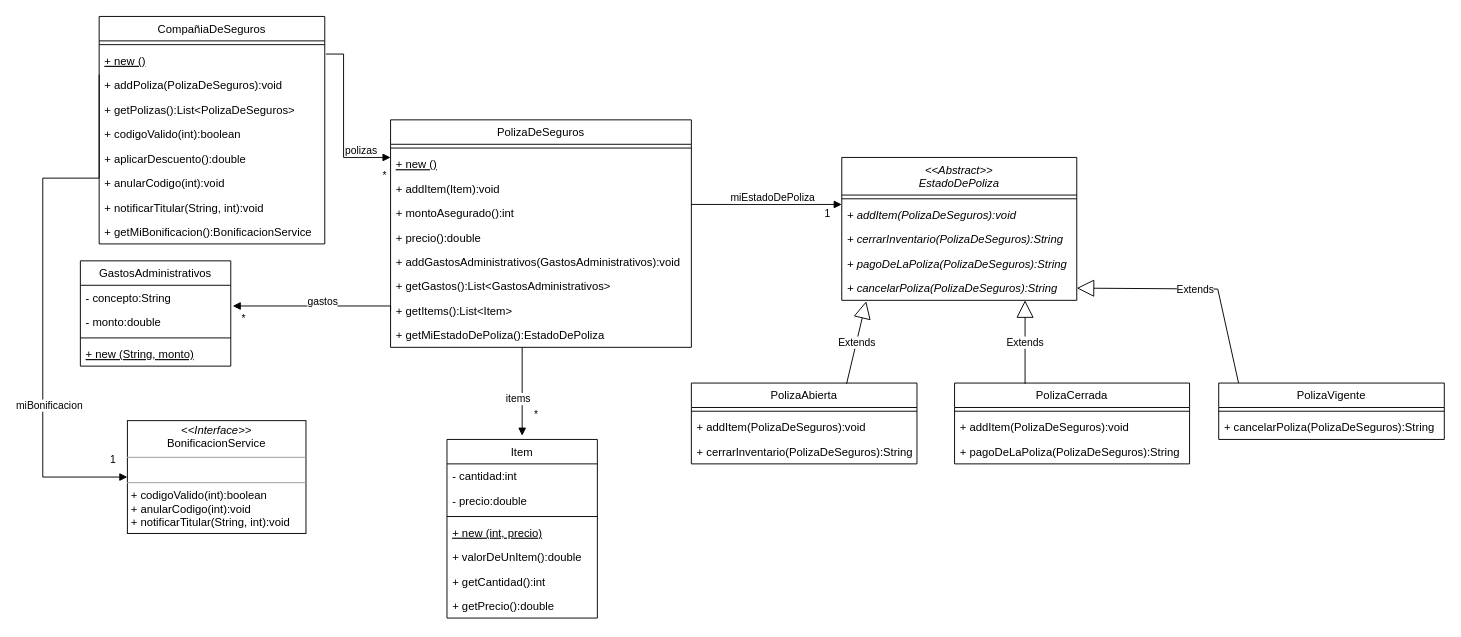
Above: unq-po2-1erParcial-2022-CompañiaDeSeguros.drawio in nhubczyk/Diagramas-UML (draw.io), before the change. Source tidied: cells renumbered, new cells numbered last; positions are measured from the earlier drawing's top-left corner, leaving out a move shared by most shapes. Both pictures are drawn from the tidied source at 94%, with x=0, y=0 at pixel (42, 16).
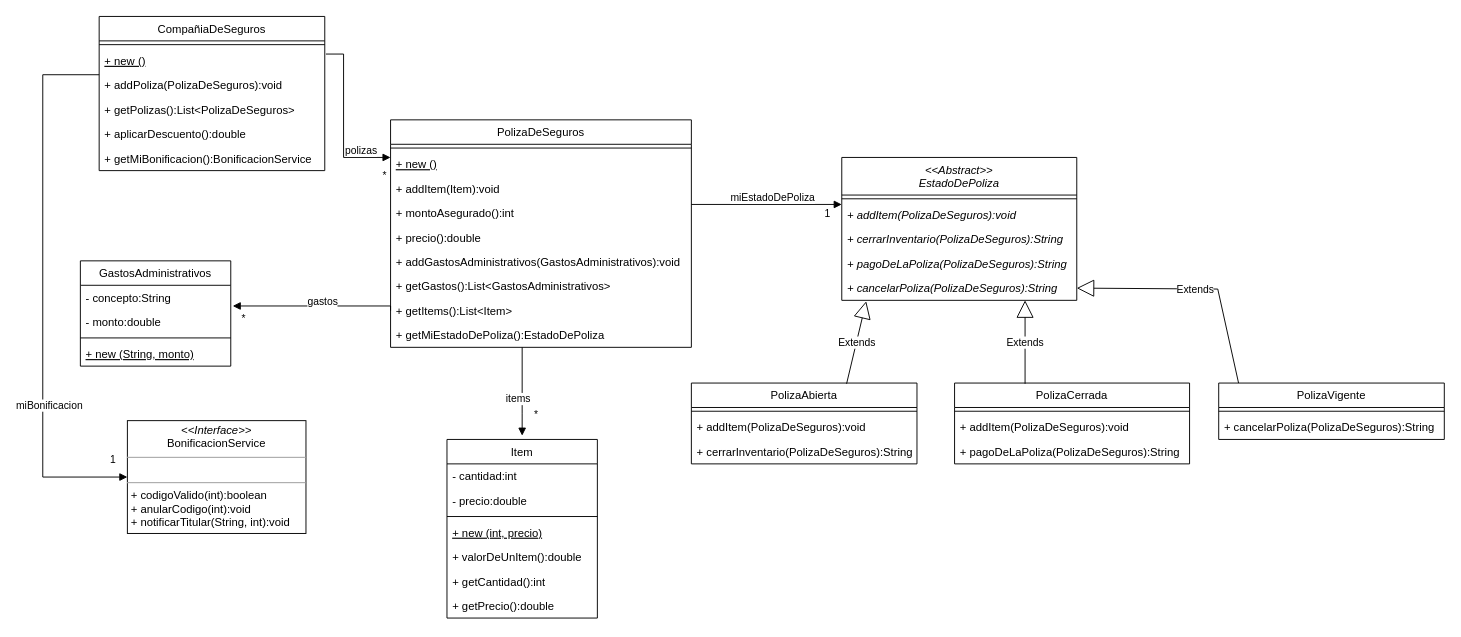
After the change.

Unchanged cells that the change refers to:
```xml
<mxCell id="23" value="+ addPoliza(PolizaDeSeguros):void" style="text;strokeColor=none;fillColor=none;align=left;verticalAlign=top;spacingLeft=4;spacingRight=4;overflow=hidden;points=[[0,0.5],[1,0.5]];portConstraint=eastwest;fontStyle=0;" parent="20" vertex="1">
  <mxGeometry y="60" width="240" height="26" as="geometry" />
</mxCell>
<mxCell id="63" value="&lt;p style=&quot;margin:0px;margin-top:4px;text-align:center;&quot;&gt;&lt;i&gt;&amp;lt;&amp;lt;Interface&amp;gt;&amp;gt;&lt;/i&gt;&lt;br&gt;BonificacionService&lt;/p&gt;&lt;hr size=&quot;1&quot;&gt;&lt;p style=&quot;margin:0px;margin-left:4px;&quot;&gt;&lt;br&gt;&lt;/p&gt;&lt;hr size=&quot;1&quot;&gt;&lt;p style=&quot;margin:0px;margin-left:4px;&quot;&gt;+ codigoValido(int):boolean&lt;/p&gt;&lt;p style=&quot;margin:0px;margin-left:4px;&quot;&gt;+ anularCodigo(int):void&lt;/p&gt;&lt;p style=&quot;margin:0px;margin-left:4px;&quot;&gt;+ notificarTitular(String, int):void&lt;/p&gt;" style="verticalAlign=top;align=left;overflow=fill;fontSize=12;fontFamily=Helvetica;html=1;" parent="1" vertex="1">
  <mxGeometry x="90" y="430" width="190" height="120" as="geometry" />
</mxCell>
```

What changed in the source:
```diff
@@
     <mxCell id="20" value="CompañiaDeSeguros" style="swimlane;fontStyle=0;align=center;verticalAlign=top;horizontal=1;startSize=26;" parent="1" vertex="1">
-      <mxGeometry x="60" width="240" height="242" as="geometry" />
+      <mxGeometry x="60" width="240" height="164" as="geometry" />
     </mxCell>
@@
-    <mxCell id="25" value="+ codigoValido(int):boolean" style="text;strokeColor=none;fillColor=none;align=left;verticalAlign=top;spacingLeft=4;spacingRight=4;overflow=hidden;fontStyle=0;" parent="20" vertex="1">
-      <mxGeometry y="112" width="240" height="26" as="geometry" />
-    </mxCell>
     <mxCell id="26" value="+ aplicarDescuento():double" style="text;strokeColor=none;fillColor=none;align=left;verticalAlign=top;spacingLeft=4;spacingRight=4;overflow=hidden;fontStyle=0;" parent="20" vertex="1">
-      <mxGeometry y="138" width="240" height="26" as="geometry" />
+      <mxGeometry y="112" width="240" height="26" as="geometry" />
     </mxCell>
-    <mxCell id="27" value="+ anularCodigo(int):void" style="text;strokeColor=none;fillColor=none;align=left;verticalAlign=top;spacingLeft=4;spacingRight=4;overflow=hidden;fontStyle=0;" parent="20" vertex="1">
-      <mxGeometry y="164" width="240" height="26" as="geometry" />
-    </mxCell>
-    <mxCell id="28" value="+ notificarTitular(String, int):void" style="text;strokeColor=none;fillColor=none;align=left;verticalAlign=top;spacingLeft=4;spacingRight=4;overflow=hidden;fontStyle=0;" parent="20" vertex="1">
-      <mxGeometry y="190" width="240" height="26" as="geometry" />
-    </mxCell>
     <mxCell id="29" value="+ getMiBonificacion():BonificacionService" style="text;strokeColor=none;fillColor=none;align=left;verticalAlign=top;spacingLeft=4;spacingRight=4;overflow=hidden;fontStyle=0;" parent="20" vertex="1">
-      <mxGeometry y="216" width="240" height="26" as="geometry" />
+      <mxGeometry y="138" width="240" height="26" as="geometry" />
     </mxCell>
@@
     <mxCell id="64" value="miBonificacion" style="endArrow=block;endFill=1;html=1;edgeStyle=orthogonalEdgeStyle;align=left;verticalAlign=top;rounded=0;exitX=0;exitY=0.077;exitDx=0;exitDy=0;exitPerimeter=0;entryX=0;entryY=0.5;entryDx=0;entryDy=0;" parent="1" edge="1" source="23" target="63">
       <mxGeometry x="0.38" y="-30" relative="1" as="geometry">
         <Array as="points">
-          <mxPoint y="172" />
+          <mxPoint y="62" />
           <mxPoint y="490" />
         </Array>
       </mxGeometry>
     </mxCell>
```
